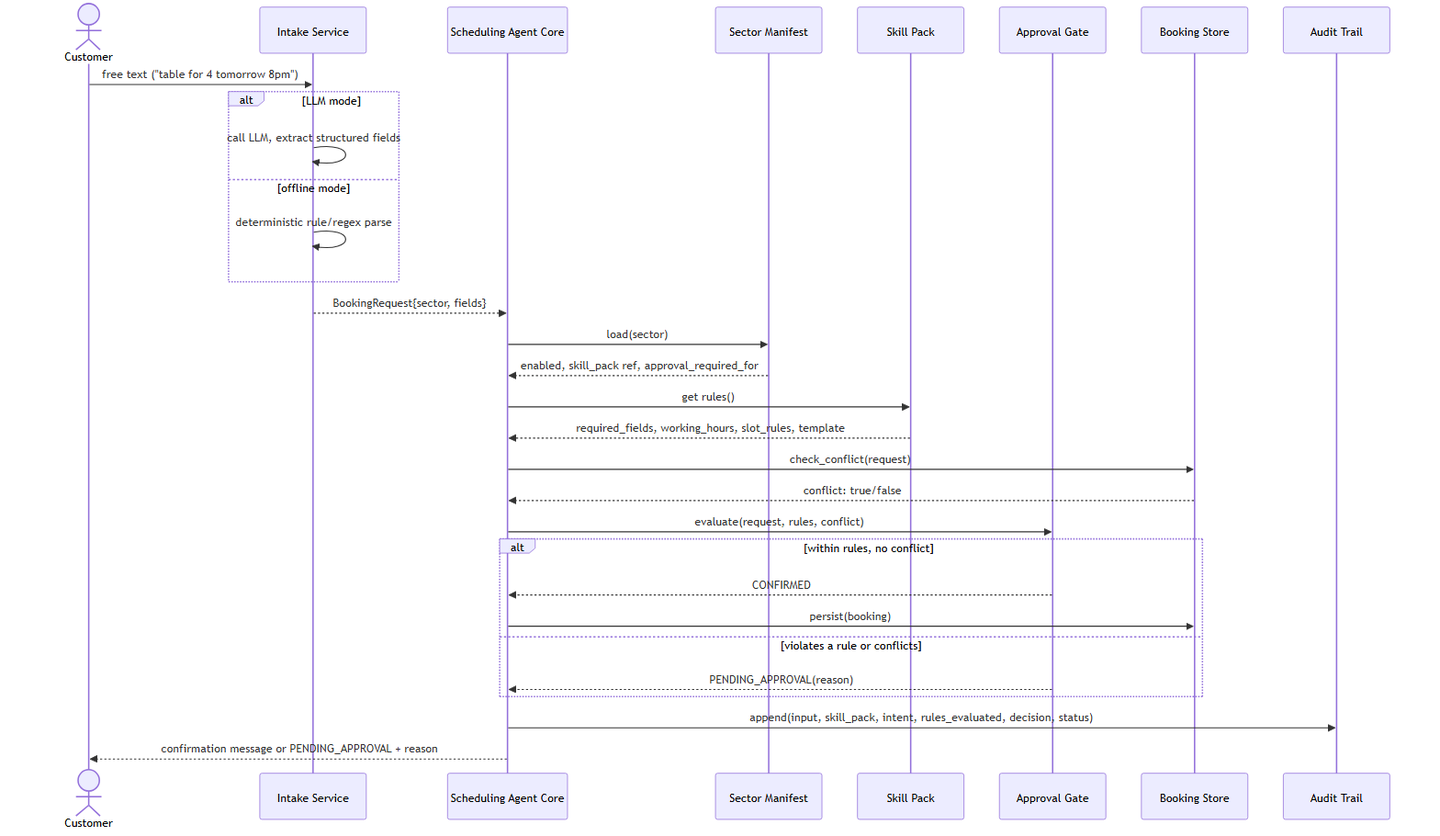
Before: diagrams/sequence-diagram.png, a diagram exported from Mermaid (AhmedOmer013/eais-scheduling-agent). Its source is kept beside it as diagrams/sequence-diagram.mmd. Its diagram source:
```mermaid
sequenceDiagram
    actor Cust as Customer
    participant Intake as Intake Service
    participant Core as Scheduling Agent Core
    participant Manifest as Sector Manifest
    participant SP as Skill Pack
    participant Gate as Approval Gate
    participant Store as Booking Store
    participant Audit as Audit Trail

    Cust->>Intake: free text ("table for 4 tomorrow 8pm")
    alt LLM mode
        Intake->>Intake: call LLM, extract structured fields
    else offline mode
        Intake->>Intake: deterministic rule/regex parse
    end
    Intake-->>Core: BookingRequest{sector, fields}
    Core->>Manifest: load(sector)
    Manifest-->>Core: enabled, skill_pack ref, approval_required_for
    Core->>SP: get rules()
    SP-->>Core: required_fields, working_hours, slot_rules, template
    Core->>Store: check_conflict(request)
    Store-->>Core: conflict: true/false
    Core->>Gate: evaluate(request, rules, conflict)
    alt within rules, no conflict
        Gate-->>Core: CONFIRMED
        Core->>Store: persist(booking)
    else violates a rule or conflicts
        Gate-->>Core: PENDING_APPROVAL(reason)
    end
    Core->>Audit: append(input, skill_pack, intent, rules_evaluated, decision, status)
    Core-->>Cust: confirmation message or PENDING_APPROVAL + reason
```
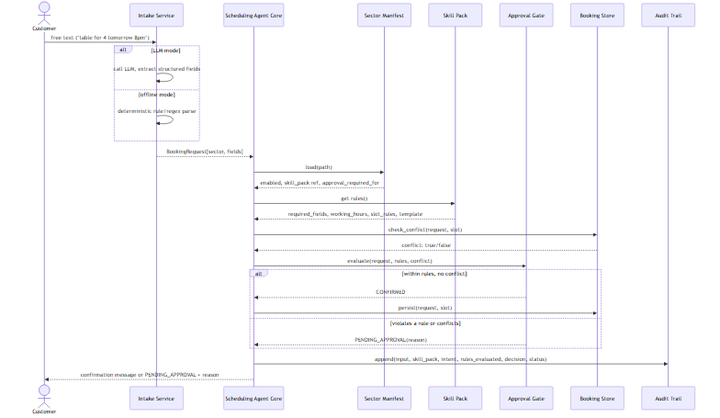
Above is the later version.

Commit message:
Regenerate class/sequence diagram PNGs from synced .mmd sources

Change to the diagram source:
```diff
@@ -15,16 +15,16 @@
         Intake->>Intake: deterministic rule/regex parse
     end
     Intake-->>Core: BookingRequest{sector, fields}
-    Core->>Manifest: load(sector)
+    Core->>Manifest: load(path)
     Manifest-->>Core: enabled, skill_pack ref, approval_required_for
     Core->>SP: get rules()
     SP-->>Core: required_fields, working_hours, slot_rules, template
-    Core->>Store: check_conflict(request)
+    Core->>Store: check_conflict(request, slot)
     Store-->>Core: conflict: true/false
     Core->>Gate: evaluate(request, rules, conflict)
     alt within rules, no conflict
         Gate-->>Core: CONFIRMED
-        Core->>Store: persist(booking)
+        Core->>Store: persist(request, slot)
     else violates a rule or conflicts
         Gate-->>Core: PENDING_APPROVAL(reason)
     end
```
